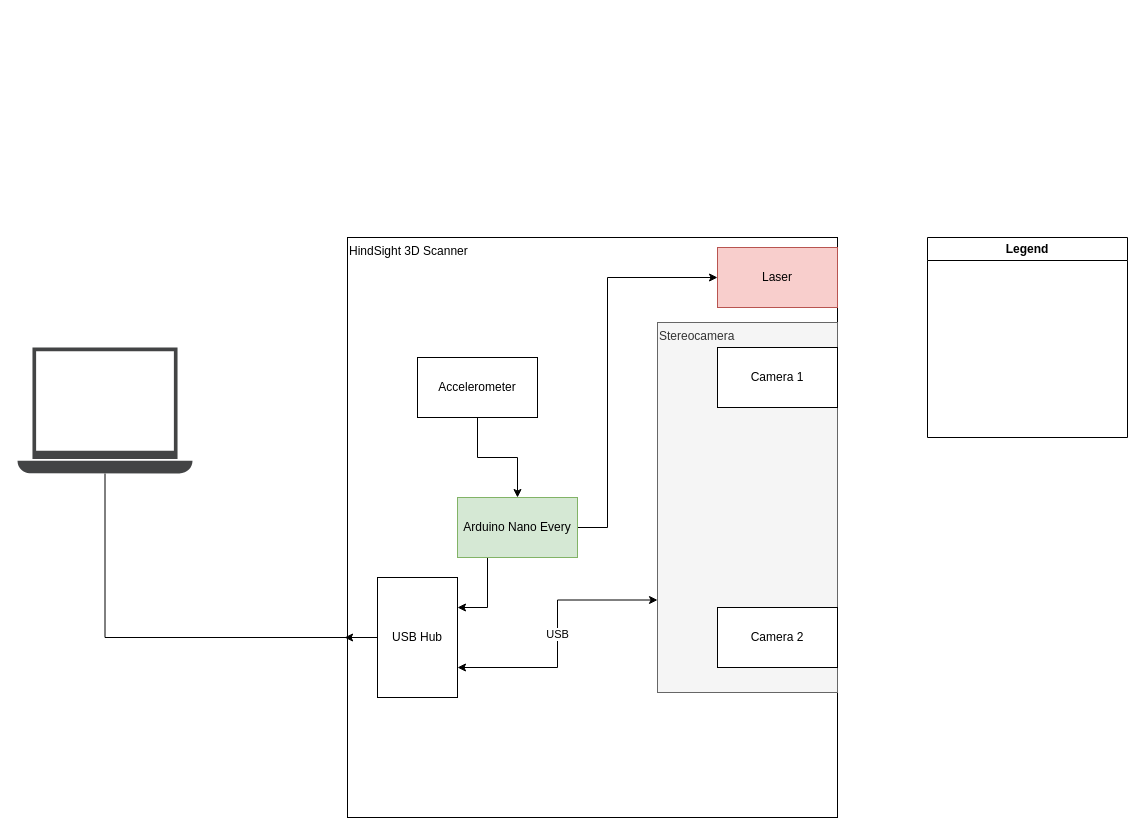
This is page "MVP System Architecture" (1 of 5) of docs/HindSight_Architecture.drawio from raycemartin/HindSight, a draw.io file, before an edit. Source tidied: cells renumbered, new cells numbered last; positions are measured from the earlier drawing's top-left corner, leaving out a move shared by most shapes. Both pictures are drawn from the tidied source at 100%, with x=0, y=0 at pixel (17, 237).
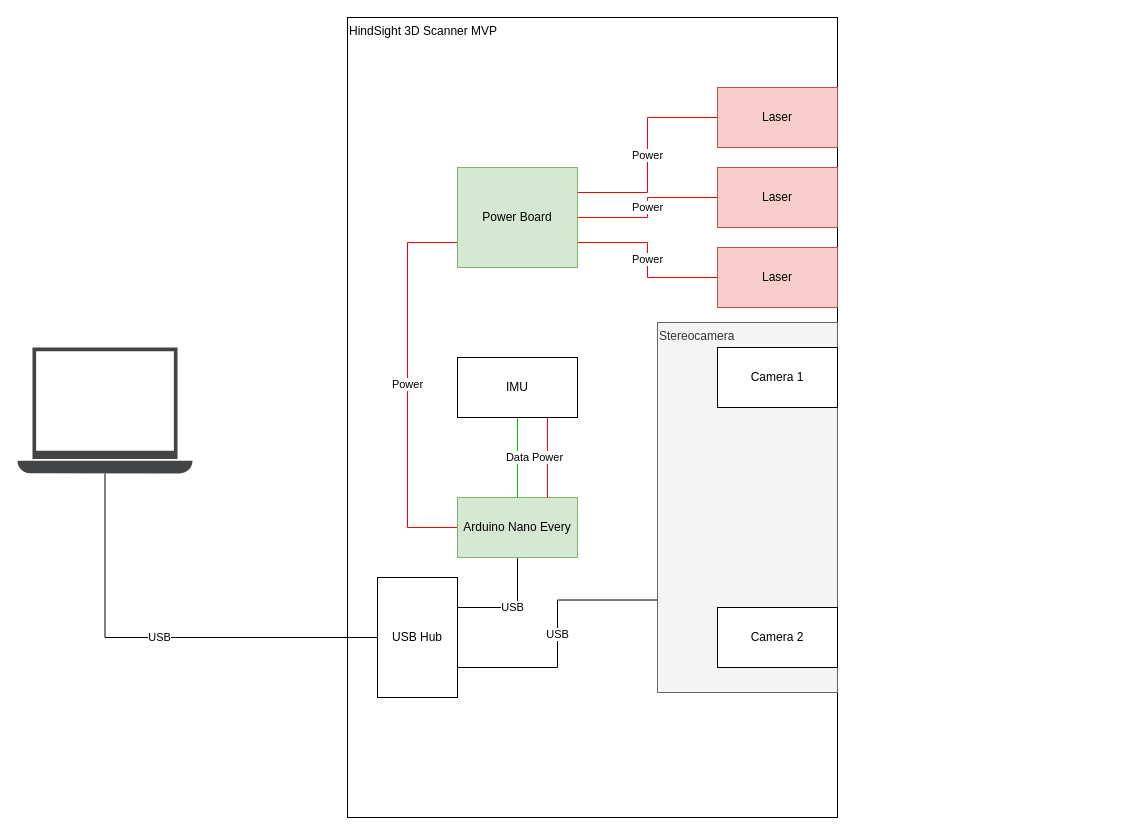
The same page after the edit.

The change refers to these unchanged cells:
```xml
<mxCell id="4" value="Laser" style="rounded=0;whiteSpace=wrap;html=1;fillColor=#f8cecc;strokeColor=#b85450;" parent="1" vertex="1">
  <mxGeometry x="700" y="10" width="120" height="60" as="geometry" />
</mxCell>
<mxCell id="6" value="Stereocamera" style="rounded=0;whiteSpace=wrap;html=1;align=left;verticalAlign=top;fillColor=#f5f5f5;fontColor=#333333;strokeColor=#666666;" parent="1" vertex="1">
  <mxGeometry x="640" y="85" width="180" height="370" as="geometry" />
</mxCell>
<mxCell id="11" value="Arduino Nano Every" style="rounded=0;whiteSpace=wrap;html=1;fillColor=#d5e8d4;strokeColor=#82b366;" parent="1" vertex="1">
  <mxGeometry x="440" y="260" width="120" height="60" as="geometry" />
</mxCell>
<mxCell id="14" style="sketch=0;shadow=0;dashed=0;html=1;strokeColor=none;fillColor=#434445;labelPosition=center;verticalLabelPosition=bottom;verticalAlign=top;align=center;outlineConnect=0;shape=mxgraph.vvd.laptop;" parent="1" vertex="1">
  <mxGeometry y="110" width="175" height="126" as="geometry" />
</mxCell>
<mxCell id="16" value="USB Hub" style="rounded=0;whiteSpace=wrap;html=1;" parent="1" vertex="1">
  <mxGeometry x="360" y="340" width="80" height="120" as="geometry" />
</mxCell>
```

Diff of the diagram source:
```diff
@@
-    <mxCell id="2" style="edgeStyle=orthogonalEdgeStyle;rounded=0;jettySize=auto;html=1;exitX=0;exitY=0.5;exitDx=0;exitDy=0;endArrow=none;startFill=0;" parent="1" edge="1" source="16" target="14">
-      <mxGeometry relative="1" as="geometry" />
-    </mxCell>
-    <mxCell id="3" value="HindSight 3D Scanner" style="rounded=0;whiteSpace=wrap;html=1;align=left;verticalAlign=top;" parent="1" vertex="1">
-      <mxGeometry x="330" width="490" height="580" as="geometry" />
+    <mxCell id="3" value="HindSight 3D Scanner MVP" style="rounded=0;whiteSpace=wrap;html=1;align=left;verticalAlign=top;" parent="1" vertex="1">
+      <mxGeometry x="330" y="-220" width="490" height="800" as="geometry" />
     </mxCell>
+    <mxCell id="18" value="Power" style="edgeStyle=orthogonalEdgeStyle;rounded=0;jettySize=auto;html=1;exitX=0;exitY=0.5;exitDx=0;exitDy=0;entryX=1;entryY=0.75;entryDx=0;entryDy=0;strokeColor=#FF0000;endArrow=none;startFill=0;" parent="1" edge="1" source="4" target="26">
+      <mxGeometry relative="1" as="geometry" />
+    </mxCell>
@@
-    <mxCell id="5" value="USB" style="edgeStyle=orthogonalEdgeStyle;rounded=0;jettySize=auto;html=1;exitX=0;exitY=0.75;exitDx=0;exitDy=0;entryX=1;entryY=0.75;entryDx=0;entryDy=0;startArrow=classic;startFill=1;" parent="1" edge="1" source="6" target="16">
+    <mxCell id="5" value="USB" style="edgeStyle=orthogonalEdgeStyle;rounded=0;jettySize=auto;html=1;exitX=0;exitY=0.75;exitDx=0;exitDy=0;entryX=1;entryY=0.75;entryDx=0;entryDy=0;startArrow=none;startFill=0;endArrow=none;" parent="1" edge="1" source="6" target="16">
       <mxGeometry relative="1" as="geometry" />
     </mxCell>
@@
-    <mxCell id="9" style="edgeStyle=orthogonalEdgeStyle;rounded=0;jettySize=auto;html=1;exitX=1;exitY=0.5;exitDx=0;exitDy=0;entryX=0;entryY=0.5;entryDx=0;entryDy=0;" parent="1" edge="1" source="11" target="4">
-      <mxGeometry relative="1" as="geometry">
-        <Array as="points">
-          <mxPoint x="590" y="290" />
-          <mxPoint x="590" y="40" />
-        </Array>
-      </mxGeometry>
-    </mxCell>
-    <mxCell id="10" style="edgeStyle=orthogonalEdgeStyle;rounded=0;jettySize=auto;html=1;exitX=0.25;exitY=1;exitDx=0;exitDy=0;entryX=1;entryY=0.25;entryDx=0;entryDy=0;" parent="1" edge="1" source="11" target="16">
+    <mxCell id="10" value="USB" style="edgeStyle=orthogonalEdgeStyle;rounded=0;jettySize=auto;html=1;exitX=0.5;exitY=1;exitDx=0;exitDy=0;entryX=1;entryY=0.25;entryDx=0;entryDy=0;endArrow=none;startFill=0;" parent="1" edge="1" source="11" target="16">
       <mxGeometry relative="1" as="geometry" />
     </mxCell>
+    <mxCell id="19" value="Power" style="edgeStyle=orthogonalEdgeStyle;rounded=0;jettySize=auto;html=1;exitX=0;exitY=0.5;exitDx=0;exitDy=0;entryX=0;entryY=0.75;entryDx=0;entryDy=0;strokeColor=#FF0000;endArrow=none;startFill=0;" parent="1" edge="1" source="11" target="26">
+      <mxGeometry relative="1" as="geometry">
+        <Array as="points">
+          <mxPoint x="390" y="290" />
+          <mxPoint x="390" y="5" />
+        </Array>
+      </mxGeometry>
+    </mxCell>
@@
-    <mxCell id="12" style="edgeStyle=orthogonalEdgeStyle;rounded=0;jettySize=auto;html=1;exitX=0.5;exitY=1;exitDx=0;exitDy=0;entryX=0.5;entryY=0;entryDx=0;entryDy=0;" parent="1" edge="1" source="13" target="11">
-      <mxGeometry relative="1" as="geometry" />
-    </mxCell>
+    <mxCell id="20" value="Power" style="edgeStyle=orthogonalEdgeStyle;rounded=0;jettySize=auto;html=1;exitX=0.75;exitY=1;exitDx=0;exitDy=0;entryX=0.75;entryY=0;entryDx=0;entryDy=0;endArrow=none;startFill=0;strokeColor=#FF0000;" parent="1" edge="1" source="13" target="11">
+      <mxGeometry relative="1" as="geometry" />
+    </mxCell>
+    <mxCell id="21" value="Data" style="edgeStyle=orthogonalEdgeStyle;rounded=0;jettySize=auto;html=1;exitX=0.5;exitY=1;exitDx=0;exitDy=0;entryX=0.5;entryY=0;entryDx=0;entryDy=0;strokeColor=#00CC00;endArrow=none;startFill=0;" parent="1" edge="1" source="13" target="11">
+      <mxGeometry relative="1" as="geometry" />
+    </mxCell>
-    <mxCell id="13" value="Accelerometer" style="rounded=0;whiteSpace=wrap;html=1;" parent="1" vertex="1">
-      <mxGeometry x="400" y="120" width="120" height="60" as="geometry" />
+    <mxCell id="13" value="IMU" style="rounded=0;whiteSpace=wrap;html=1;" parent="1" vertex="1">
+      <mxGeometry x="440" y="120" width="120" height="60" as="geometry" />
     </mxCell>
@@
-    <mxCell id="15" value="Legend" style="swimlane;whiteSpace=wrap;html=1;fillColor=#FFFFFF;" parent="1" vertex="1">
-      <mxGeometry x="910" width="200" height="200" as="geometry" />
-    </mxCell>
+    <mxCell id="2" value="USB" style="edgeStyle=orthogonalEdgeStyle;rounded=0;jettySize=auto;html=1;exitX=0;exitY=0.5;exitDx=0;exitDy=0;endArrow=none;startFill=0;" parent="1" edge="1" source="16" target="14">
+      <mxGeometry relative="1" as="geometry" />
+    </mxCell>
@@
-    <mxCell id="17" style="edgeStyle=orthogonalEdgeStyle;rounded=0;jettySize=auto;html=1;exitX=0;exitY=0.5;exitDx=0;exitDy=0;entryX=-0.006;entryY=0.69;entryDx=0;entryDy=0;entryPerimeter=0;" parent="1" edge="1" source="16" target="3">
-      <mxGeometry relative="1" as="geometry" />
-    </mxCell>
+    <mxCell id="22" value="Power" style="edgeStyle=orthogonalEdgeStyle;rounded=0;jettySize=auto;html=1;exitX=0;exitY=0.5;exitDx=0;exitDy=0;entryX=1;entryY=0.5;entryDx=0;entryDy=0;strokeColor=#FF0000;endArrow=none;startFill=0;" parent="1" edge="1" source="23" target="26">
+      <mxGeometry relative="1" as="geometry" />
+    </mxCell>
+    <mxCell id="23" value="Laser" style="rounded=0;whiteSpace=wrap;html=1;fillColor=#f8cecc;strokeColor=#b85450;" parent="1" vertex="1">
+      <mxGeometry x="700" y="-70" width="120" height="60" as="geometry" />
+    </mxCell>
+    <mxCell id="24" value="Power" style="edgeStyle=orthogonalEdgeStyle;rounded=0;jettySize=auto;html=1;exitX=0;exitY=0.5;exitDx=0;exitDy=0;entryX=1;entryY=0.25;entryDx=0;entryDy=0;strokeColor=#FF0000;endArrow=none;startFill=0;" parent="1" edge="1" source="25" target="26">
+      <mxGeometry relative="1" as="geometry" />
+    </mxCell>
+    <mxCell id="25" value="Laser" style="rounded=0;whiteSpace=wrap;html=1;fillColor=#f8cecc;strokeColor=#b85450;" parent="1" vertex="1">
+      <mxGeometry x="700" y="-150" width="120" height="60" as="geometry" />
+    </mxCell>
+    <mxCell id="26" value="Power Board" style="rounded=0;whiteSpace=wrap;html=1;fillColor=#d5e8d4;strokeColor=#82b366;" parent="1" vertex="1">
+      <mxGeometry x="440" y="-70" width="120" height="100" as="geometry" />
+    </mxCell>
```
